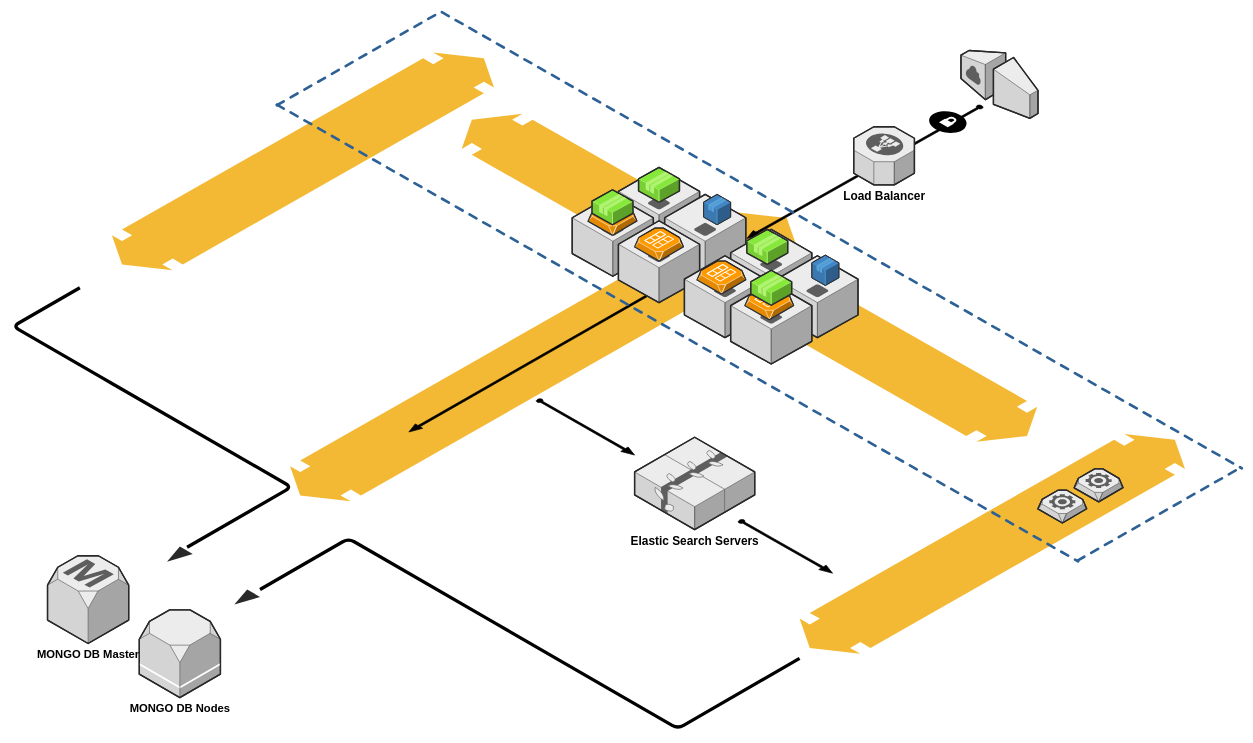
TanAlex/tech_notes keeps this draw.io diagram as Untitled Diagram.drawio. Above is the earlier version. Source tidied: cells renumbered, new cells numbered last; positions are measured from the earlier drawing's top-left corner, leaving out a move shared by most shapes. Both pictures are drawn from the tidied source at 66%, with x=0, y=0 at pixel (47, 11).
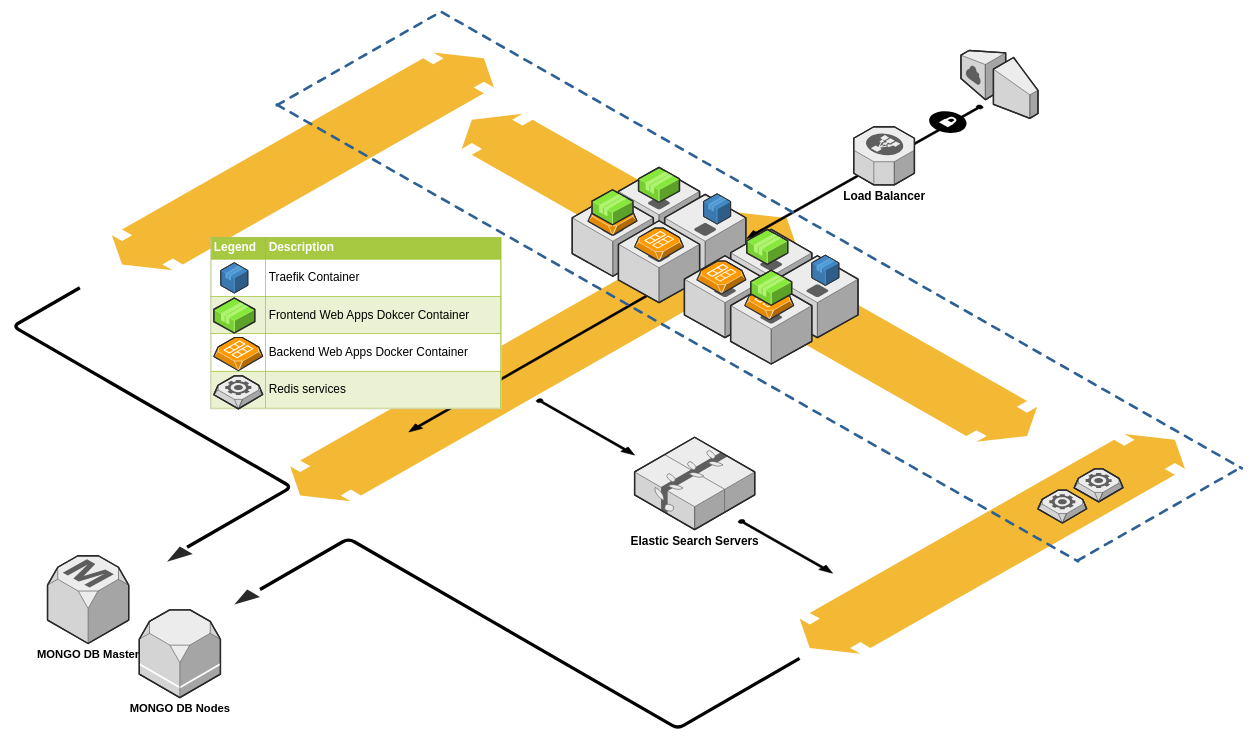
Above is the later version.

Change to the diagram source:
```diff
@@
-    <mxCell id="37" style="verticalLabelPosition=bottom;html=1;verticalAlign=top;strokeWidth=1;align=center;dashed=0;shape=mxgraph.aws3d.application;fillColor=#4286c5;strokeColor=#57A2D8;shadow=0;fontSize=17;" parent="1" vertex="1">
-      <mxGeometry x="994.5" y="277" width="41" height="46" as="geometry" />
-    </mxCell>
@@
+    <mxCell id="44" value="&lt;table border=&quot;1&quot; width=&quot;100%&quot; cellpadding=&quot;4&quot; style=&quot;width: 100% ; height: 100% ; border-collapse: collapse&quot;&gt;&lt;tbody&gt;&lt;tr style=&quot;background-color: #a7c942 ; color: #ffffff ; border: 1px solid #98bf21&quot;&gt;&lt;th align=&quot;left&quot;&gt;Legend&lt;/th&gt;&lt;th align=&quot;left&quot;&gt;Description&lt;/th&gt;&lt;/tr&gt;&lt;tr style=&quot;border: 1px solid #98bf21&quot;&gt;&lt;td style=&quot;line-height: 240%&quot;&gt;&lt;br&gt;&lt;/td&gt;&lt;td&gt;Traefik Container&lt;/td&gt;&lt;/tr&gt;&lt;tr style=&quot;background-color: #eaf2d3 ; border: 1px solid #98bf21&quot;&gt;&lt;td style=&quot;line-height: 240%&quot;&gt;&lt;br&gt;&lt;/td&gt;&lt;td&gt;Frontend Web Apps Dokcer Container&lt;/td&gt;&lt;/tr&gt;&lt;tr style=&quot;border: 1px solid #98bf21&quot;&gt;&lt;td style=&quot;line-height: 240%&quot;&gt;&lt;br&gt;&lt;/td&gt;&lt;td&gt;Backend Web Apps Docker Container&lt;/td&gt;&lt;/tr&gt;&lt;tr style=&quot;background-color: #eaf2d3 ; border: 1px solid #98bf21&quot;&gt;&lt;td style=&quot;line-height: 240%&quot;&gt;&lt;br&gt;&lt;/td&gt;&lt;td&gt;Redis services&lt;/td&gt;&lt;/tr&gt;&lt;/tbody&gt;&lt;/table&gt;" style="text;html=1;strokeColor=#c0c0c0;fillColor=#ffffff;overflow=fill;rounded=0;shadow=0;fontSize=18;" parent="1" vertex="1">
+      <mxGeometry x="248" y="342" width="440" height="260" as="geometry" />
+    </mxCell>
+    <mxCell id="37" style="verticalLabelPosition=bottom;html=1;verticalAlign=top;strokeWidth=1;align=center;dashed=0;shape=mxgraph.aws3d.application;fillColor=#4286c5;strokeColor=#57A2D8;shadow=0;fontSize=17;" parent="1" vertex="1">
+      <mxGeometry x="263" y="380.5" width="41" height="46" as="geometry" />
+    </mxCell>
+    <mxCell id="45" style="verticalLabelPosition=bottom;html=1;verticalAlign=top;strokeWidth=1;align=center;dashed=0;shape=mxgraph.aws3d.ami2;fillColor=#FF9900;strokeColor=#ffffff;shadow=0;fontSize=17;" parent="1" vertex="1">
+      <mxGeometry x="252.5" y="494" width="74" height="50" as="geometry" />
+    </mxCell>
+    <mxCell id="46" style="verticalLabelPosition=bottom;html=1;verticalAlign=top;strokeWidth=1;align=center;dashed=0;shape=mxgraph.aws3d.application;fillColor=#4286c5;strokeColor=#57A2D8;shadow=0;fontSize=17;" parent="1" vertex="1">
+      <mxGeometry x="994.5" y="276" width="41" height="46" as="geometry" />
+    </mxCell>
+    <mxCell id="47" style="verticalLabelPosition=bottom;html=1;verticalAlign=top;strokeWidth=1;dashed=0;shape=mxgraph.aws3d.application2;fillColor=#86E83A;strokeColor=#B0F373;rounded=1;shadow=0;comic=0;fontSize=12;fontColor=#000000;" parent="1" vertex="1">
+      <mxGeometry x="252.5" y="434" width="62" height="53" as="geometry" />
+    </mxCell>
+    <mxCell id="48" style="verticalLabelPosition=bottom;html=1;verticalAlign=top;strokeWidth=1;align=center;dashed=0;shape=mxgraph.aws3d.worker;fillColor=#ECECEC;strokeColor=#5E5E5E;shadow=0;fontSize=17;" parent="1" vertex="1">
+      <mxGeometry x="252.5" y="552" width="74" height="50" as="geometry" />
+    </mxCell>
```
